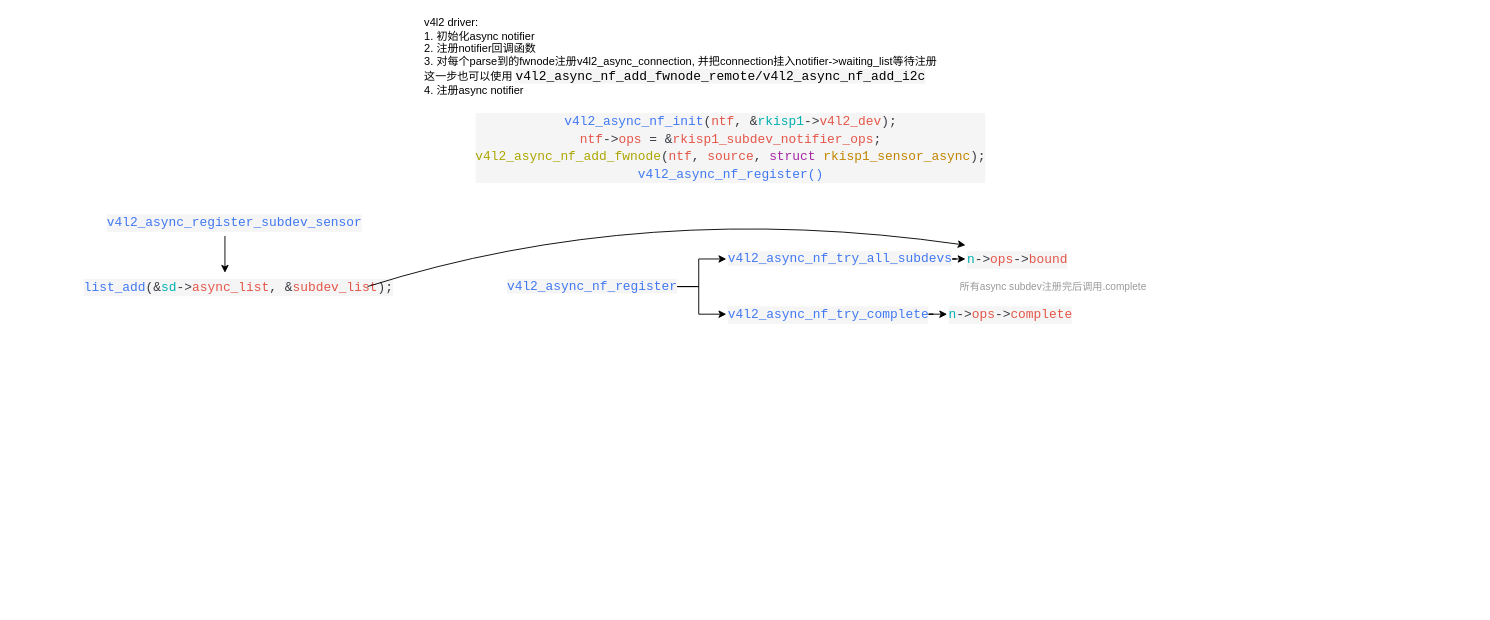
Above: v4l2/v4l2_async.drawio in YC-Xiang/draw.io (draw.io), before the change. Source tidied: cells renumbered, new cells numbered last; positions are measured from the earlier drawing's top-left corner, leaving out a move shared by most shapes. Both pictures are drawn from the tidied source at 92%, with x=0, y=0 at pixel (82, 24).
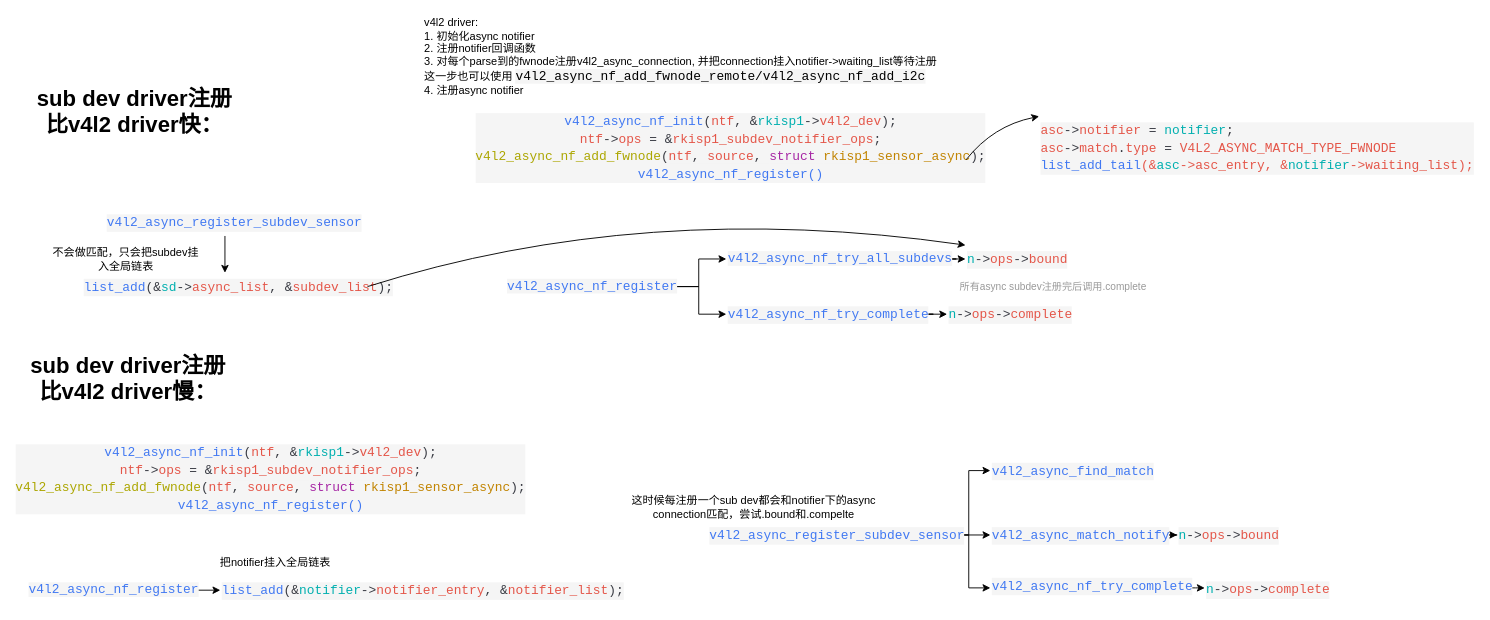
After the change.

The change refers to these unchanged cells:
```xml
<mxCell id="2" value="&lt;div style=&quot;background-color: rgb(245, 245, 245); font-family: Consolas, &amp;quot;Courier New&amp;quot;, monospace; font-weight: normal; font-size: 14px; line-height: 19px; white-space: pre; color: rgb(56, 58, 66);&quot;&gt;&lt;div style=&quot;color: light-dark(rgb(56, 58, 66), rgb(185, 187, 194));&quot;&gt;&lt;span style=&quot;color: rgb(64, 120, 242);&quot;&gt;v4l2_async_nf_init&lt;/span&gt;&lt;span style=&quot;color: rgb(56, 58, 66);&quot;&gt;(&lt;/span&gt;&lt;span style=&quot;color: rgb(228, 86, 73);&quot;&gt;ntf&lt;/span&gt;&lt;span style=&quot;color: rgb(56, 58, 66);&quot;&gt;, &lt;/span&gt;&lt;span style=&quot;color: rgb(56, 58, 66);&quot;&gt;&amp;amp;&lt;/span&gt;&lt;span style=&quot;color: rgb(0, 175, 175);&quot;&gt;rkisp1&lt;/span&gt;&lt;span style=&quot;color: rgb(56, 58, 66);&quot;&gt;-&amp;gt;&lt;/span&gt;&lt;span style=&quot;color: rgb(228, 86, 73);&quot;&gt;v4l2_dev&lt;/span&gt;&lt;span style=&quot;color: rgb(56, 58, 66);&quot;&gt;);&lt;/span&gt;&lt;/div&gt;&lt;div style=&quot;&quot;&gt;&lt;span style=&quot;color: rgb(56, 58, 66);&quot;&gt;&lt;div style=&quot;color: light-dark(rgb(56, 58, 66), rgb(185, 187, 194)); line-height: 19px;&quot;&gt;&lt;span style=&quot;color: rgb(228, 86, 73);&quot;&gt;ntf&lt;/span&gt;-&amp;gt;&lt;span style=&quot;color: rgb(228, 86, 73);&quot;&gt;ops&lt;/span&gt; = &amp;amp;&lt;span style=&quot;color: rgb(228, 86, 73);&quot;&gt;rkisp1_subdev_notifier_ops&lt;/span&gt;;&lt;/div&gt;&lt;div style=&quot;line-height: 19px;&quot;&gt;&lt;div style=&quot;line-height: 19px;&quot;&gt;&lt;div style=&quot;&quot;&gt;&lt;span style=&quot;color: rgb(172, 166, 0);&quot;&gt;v4l2_async_nf_add_fwnode&lt;/span&gt;&lt;span style=&quot;color: light-dark(rgb(56, 58, 66), rgb(185, 187, 194)); background-color: light-dark(rgb(245, 245, 245), rgb(26, 26, 26));&quot;&gt;(&lt;/span&gt;&lt;span style=&quot;background-color: light-dark(rgb(245, 245, 245), rgb(26, 26, 26)); color: rgb(228, 86, 73);&quot;&gt;ntf&lt;/span&gt;&lt;span style=&quot;color: light-dark(rgb(56, 58, 66), rgb(185, 187, 194)); background-color: light-dark(rgb(245, 245, 245), rgb(26, 26, 26));&quot;&gt;, &lt;/span&gt;&lt;span style=&quot;background-color: light-dark(rgb(245, 245, 245), rgb(26, 26, 26)); color: rgb(228, 86, 73);&quot;&gt;source&lt;/span&gt;&lt;span style=&quot;color: light-dark(rgb(56, 58, 66), rgb(185, 187, 194)); background-color: light-dark(rgb(245, 245, 245), rgb(26, 26, 26));&quot;&gt;, &lt;/span&gt;&lt;span style=&quot;background-color: light-dark(rgb(245, 245, 245), rgb(26, 26, 26)); color: rgb(166, 38, 164);&quot;&gt;struct&lt;/span&gt;&lt;span style=&quot;color: light-dark(rgb(56, 58, 66), rgb(185, 187, 194)); background-color: light-dark(rgb(245, 245, 245), rgb(26, 26, 26));&quot;&gt; &lt;/span&gt;&lt;span style=&quot;background-color: light-dark(rgb(245, 245, 245), rgb(26, 26, 26)); color: rgb(193, 132, 1);&quot;&gt;rkisp1_sensor_async&lt;/span&gt;&lt;span style=&quot;color: light-dark(rgb(56, 58, 66), rgb(185, 187, 194)); background-color: light-dark(rgb(245, 245, 245), rgb(26, 26, 26));&quot;&gt;);&lt;/span&gt;&lt;/div&gt;&lt;/div&gt;&lt;/div&gt;&lt;div style=&quot;color: light-dark(rgb(56, 58, 66), rgb(185, 187, 194)); line-height: 19px;&quot;&gt;&lt;div style=&quot;line-height: 19px;&quot;&gt;&lt;span style=&quot;color: rgb(64, 120, 242);&quot;&gt;v4l2_async_nf_register()&lt;/span&gt;&lt;/div&gt;&lt;/div&gt;&lt;/span&gt;&lt;/div&gt;&lt;/div&gt;" style="text;whiteSpace=wrap;html=1;align=center;" parent="1" vertex="1">
  <mxGeometry x="450" y="90" width="510" height="90" as="geometry" />
</mxCell>
```

The edit, as a diff of the source:
```diff
@@
+    <mxCell id="18" value="&lt;div style=&quot;color: rgb(56, 58, 66); background-color: rgb(245, 245, 245); font-family: Consolas, &amp;quot;Courier New&amp;quot;, monospace; font-weight: normal; font-size: 14px; line-height: 19px; white-space: pre;&quot;&gt;&lt;div&gt;&lt;span style=&quot;color: rgb(228, 86, 73);&quot;&gt;asc&lt;/span&gt;&lt;span style=&quot;color: rgb(56, 58, 66);&quot;&gt;-&amp;gt;&lt;/span&gt;&lt;span style=&quot;color: rgb(228, 86, 73);&quot;&gt;notifier&lt;/span&gt;&lt;span style=&quot;color: rgb(56, 58, 66);&quot;&gt; &lt;/span&gt;&lt;span style=&quot;color: rgb(56, 58, 66);&quot;&gt;=&lt;/span&gt;&lt;span style=&quot;color: rgb(56, 58, 66);&quot;&gt; &lt;/span&gt;&lt;span style=&quot;color: rgb(0, 175, 175);&quot;&gt;notifier&lt;/span&gt;&lt;span style=&quot;color: rgb(56, 58, 66);&quot;&gt;;&lt;/span&gt;&lt;/div&gt;&lt;div&gt;&lt;span style=&quot;color: rgb(228, 86, 73);&quot;&gt;asc&lt;/span&gt;&lt;span style=&quot;color: rgb(56, 58, 66);&quot;&gt;-&amp;gt;&lt;/span&gt;&lt;span style=&quot;color: rgb(228, 86, 73);&quot;&gt;match&lt;/span&gt;&lt;span style=&quot;color: rgb(56, 58, 66);&quot;&gt;.&lt;/span&gt;&lt;span style=&quot;color: rgb(228, 86, 73);&quot;&gt;type&lt;/span&gt;&lt;span style=&quot;color: rgb(56, 58, 66);&quot;&gt; &lt;/span&gt;&lt;span style=&quot;color: rgb(56, 58, 66);&quot;&gt;=&lt;/span&gt;&lt;span style=&quot;color: rgb(56, 58, 66);&quot;&gt; &lt;/span&gt;&lt;span style=&quot;color: rgb(228, 86, 73);&quot;&gt;V4L2_ASYNC_MATCH_TYPE_FWNODE&lt;/span&gt;&lt;/div&gt;&lt;div&gt;&lt;span style=&quot;color: rgb(228, 86, 73);&quot;&gt;&lt;span style=&quot;color: #4078f2;&quot;&gt;list_add_tail&lt;/span&gt;(&amp;amp;&lt;span style=&quot;color: #00afaf;&quot;&gt;asc&lt;/span&gt;-&amp;gt;asc_entry, &amp;amp;&lt;span style=&quot;color: #00afaf;&quot;&gt;notifier&lt;/span&gt;-&amp;gt;waiting_list);&lt;/span&gt;&lt;/div&gt;&lt;/div&gt;" style="text;whiteSpace=wrap;html=1;" parent="1" vertex="1">
+      <mxGeometry x="1040" y="100" width="440" height="70" as="geometry" />
+    </mxCell>
+    <mxCell id="19" style="curved=1;endArrow=classic;html=1;rounded=0;exitX=1.001;exitY=0.636;exitDx=0;exitDy=0;exitPerimeter=0;entryX=0;entryY=0;entryDx=0;entryDy=0;" parent="1" edge="1" source="2" target="18">
+      <mxGeometry relative="1" as="geometry">
+        <Array as="points">
+          <mxPoint x="990" y="110" />
+        </Array>
+      </mxGeometry>
+    </mxCell>
+    <mxCell id="20" value="&lt;h1&gt;sub dev driver注册比v4l2 driver快：&lt;/h1&gt;" style="text;html=1;align=center;verticalAlign=middle;whiteSpace=wrap;rounded=0;" parent="1" vertex="1">
+      <mxGeometry x="-53" y="80" width="220" height="30" as="geometry" />
+    </mxCell>
+    <mxCell id="21" value="&lt;h1&gt;sub dev driver注册比v4l2 driver慢：&lt;/h1&gt;" style="text;html=1;align=center;verticalAlign=middle;whiteSpace=wrap;rounded=0;" parent="1" vertex="1">
+      <mxGeometry x="-60" y="370" width="220" height="30" as="geometry" />
+    </mxCell>
+    <mxCell id="22" value="&lt;div style=&quot;background-color: rgb(245, 245, 245); font-family: Consolas, &amp;quot;Courier New&amp;quot;, monospace; font-weight: normal; font-size: 14px; line-height: 19px; white-space: pre; color: rgb(56, 58, 66);&quot;&gt;&lt;div style=&quot;color: light-dark(rgb(56, 58, 66), rgb(185, 187, 194));&quot;&gt;&lt;span style=&quot;color: rgb(64, 120, 242);&quot;&gt;v4l2_async_nf_init&lt;/span&gt;&lt;span style=&quot;color: rgb(56, 58, 66);&quot;&gt;(&lt;/span&gt;&lt;span style=&quot;color: rgb(228, 86, 73);&quot;&gt;ntf&lt;/span&gt;&lt;span style=&quot;color: rgb(56, 58, 66);&quot;&gt;, &lt;/span&gt;&lt;span style=&quot;color: rgb(56, 58, 66);&quot;&gt;&amp;amp;&lt;/span&gt;&lt;span style=&quot;color: rgb(0, 175, 175);&quot;&gt;rkisp1&lt;/span&gt;&lt;span style=&quot;color: rgb(56, 58, 66);&quot;&gt;-&amp;gt;&lt;/span&gt;&lt;span style=&quot;color: rgb(228, 86, 73);&quot;&gt;v4l2_dev&lt;/span&gt;&lt;span style=&quot;color: rgb(56, 58, 66);&quot;&gt;);&lt;/span&gt;&lt;/div&gt;&lt;div style=&quot;&quot;&gt;&lt;span style=&quot;color: rgb(56, 58, 66);&quot;&gt;&lt;div style=&quot;color: light-dark(rgb(56, 58, 66), rgb(185, 187, 194)); line-height: 19px;&quot;&gt;&lt;span style=&quot;color: rgb(228, 86, 73);&quot;&gt;ntf&lt;/span&gt;-&amp;gt;&lt;span style=&quot;color: rgb(228, 86, 73);&quot;&gt;ops&lt;/span&gt; = &amp;amp;&lt;span style=&quot;color: rgb(228, 86, 73);&quot;&gt;rkisp1_subdev_notifier_ops&lt;/span&gt;;&lt;/div&gt;&lt;div style=&quot;line-height: 19px;&quot;&gt;&lt;div style=&quot;line-height: 19px;&quot;&gt;&lt;div style=&quot;&quot;&gt;&lt;span style=&quot;color: rgb(172, 166, 0);&quot;&gt;v4l2_async_nf_add_fwnode&lt;/span&gt;&lt;span style=&quot;color: light-dark(rgb(56, 58, 66), rgb(185, 187, 194)); background-color: light-dark(rgb(245, 245, 245), rgb(26, 26, 26));&quot;&gt;(&lt;/span&gt;&lt;span style=&quot;background-color: light-dark(rgb(245, 245, 245), rgb(26, 26, 26)); color: rgb(228, 86, 73);&quot;&gt;ntf&lt;/span&gt;&lt;span style=&quot;color: light-dark(rgb(56, 58, 66), rgb(185, 187, 194)); background-color: light-dark(rgb(245, 245, 245), rgb(26, 26, 26));&quot;&gt;, &lt;/span&gt;&lt;span style=&quot;background-color: light-dark(rgb(245, 245, 245), rgb(26, 26, 26)); color: rgb(228, 86, 73);&quot;&gt;source&lt;/span&gt;&lt;span style=&quot;color: light-dark(rgb(56, 58, 66), rgb(185, 187, 194)); background-color: light-dark(rgb(245, 245, 245), rgb(26, 26, 26));&quot;&gt;, &lt;/span&gt;&lt;span style=&quot;background-color: light-dark(rgb(245, 245, 245), rgb(26, 26, 26)); color: rgb(166, 38, 164);&quot;&gt;struct&lt;/span&gt;&lt;span style=&quot;color: light-dark(rgb(56, 58, 66), rgb(185, 187, 194)); background-color: light-dark(rgb(245, 245, 245), rgb(26, 26, 26));&quot;&gt; &lt;/span&gt;&lt;span style=&quot;background-color: light-dark(rgb(245, 245, 245), rgb(26, 26, 26)); color: rgb(193, 132, 1);&quot;&gt;rkisp1_sensor_async&lt;/span&gt;&lt;span style=&quot;color: light-dark(rgb(56, 58, 66), rgb(185, 187, 194)); background-color: light-dark(rgb(245, 245, 245), rgb(26, 26, 26));&quot;&gt;);&lt;/span&gt;&lt;/div&gt;&lt;/div&gt;&lt;/div&gt;&lt;div style=&quot;color: light-dark(rgb(56, 58, 66), rgb(185, 187, 194)); line-height: 19px;&quot;&gt;&lt;div style=&quot;line-height: 19px;&quot;&gt;&lt;span style=&quot;color: rgb(64, 120, 242);&quot;&gt;v4l2_async_nf_register()&lt;/span&gt;&lt;/div&gt;&lt;/div&gt;&lt;/span&gt;&lt;/div&gt;&lt;/div&gt;" style="text;whiteSpace=wrap;html=1;align=center;" parent="1" vertex="1">
+      <mxGeometry x="-50" y="450" width="510" height="90" as="geometry" />
+    </mxCell>
+    <mxCell id="23" style="edgeStyle=orthogonalEdgeStyle;rounded=0;jettySize=auto;html=1;exitX=1;exitY=0.5;exitDx=0;exitDy=0;entryX=0;entryY=0.5;entryDx=0;entryDy=0;" parent="1" edge="1" source="24" target="29">
+      <mxGeometry relative="1" as="geometry" />
+    </mxCell>
+    <mxCell id="24" value="&lt;span style=&quot;color: rgb(64, 120, 242); font-family: Consolas, &amp;quot;Courier New&amp;quot;, monospace; font-size: 14px; font-style: normal; font-variant-ligatures: normal; font-variant-caps: normal; font-weight: 400; letter-spacing: normal; orphans: 2; text-align: center; text-indent: 0px; text-transform: none; widows: 2; word-spacing: 0px; -webkit-text-stroke-width: 0px; white-space: pre; background-color: rgb(245, 245, 245); text-decoration-thickness: initial; text-decoration-style: initial; text-decoration-color: initial; display: inline !important; float: none;&quot;&gt;v4l2_async_nf_register&lt;/span&gt;" style="text;whiteSpace=wrap;html=1;" parent="1" vertex="1">
+      <mxGeometry x="-60" y="600" width="180" height="30" as="geometry" />
+    </mxCell>
+    <mxCell id="25" style="edgeStyle=orthogonalEdgeStyle;rounded=0;jettySize=auto;html=1;exitX=1;exitY=0.5;exitDx=0;exitDy=0;entryX=0;entryY=0.5;entryDx=0;entryDy=0;" parent="1" edge="1" source="28" target="31">
+      <mxGeometry relative="1" as="geometry" />
+    </mxCell>
+    <mxCell id="26" style="edgeStyle=orthogonalEdgeStyle;rounded=0;jettySize=auto;html=1;exitX=1;exitY=0.5;exitDx=0;exitDy=0;entryX=0;entryY=0.5;entryDx=0;entryDy=0;" parent="1" edge="1" source="28" target="33">
+      <mxGeometry relative="1" as="geometry" />
+    </mxCell>
+    <mxCell id="27" style="edgeStyle=orthogonalEdgeStyle;rounded=0;jettySize=auto;html=1;exitX=1;exitY=0.5;exitDx=0;exitDy=0;entryX=0;entryY=0.5;entryDx=0;entryDy=0;" parent="1" edge="1" source="28" target="35">
+      <mxGeometry relative="1" as="geometry" />
+    </mxCell>
+    <mxCell id="28" value="&lt;div style=&quot;color: #383a42;background-color: #f5f5f5;font-family: Consolas, 'Courier New', monospace;font-weight: normal;font-size: 14px;line-height: 19px;white-space: pre;&quot;&gt;&lt;div&gt;&lt;span style=&quot;color: #4078f2;&quot;&gt;v4l2_async_register_subdev_sensor&lt;/span&gt;&lt;/div&gt;&lt;/div&gt;" style="text;whiteSpace=wrap;html=1;" parent="1" vertex="1">
+      <mxGeometry x="680" y="540" width="260" height="30" as="geometry" />
+    </mxCell>
+    <mxCell id="29" value="&lt;div style=&quot;color: #383a42;background-color: #f5f5f5;font-family: Consolas, 'Courier New', monospace;font-weight: normal;font-size: 14px;line-height: 19px;white-space: pre;&quot;&gt;&lt;div&gt;&lt;span style=&quot;color: #4078f2;&quot;&gt;list_add&lt;/span&gt;&lt;span style=&quot;color: #383a42;&quot;&gt;(&lt;/span&gt;&lt;span style=&quot;color: #383a42;&quot;&gt;&amp;amp;&lt;/span&gt;&lt;span style=&quot;color: #00afaf;&quot;&gt;notifier&lt;/span&gt;&lt;span style=&quot;color: #383a42;&quot;&gt;-&amp;gt;&lt;/span&gt;&lt;span style=&quot;color: #e45649;&quot;&gt;notifier_entry&lt;/span&gt;&lt;span style=&quot;color: #383a42;&quot;&gt;, &lt;/span&gt;&lt;span style=&quot;color: #383a42;&quot;&gt;&amp;amp;&lt;/span&gt;&lt;span style=&quot;color: #e45649;&quot;&gt;notifier_list&lt;/span&gt;&lt;span style=&quot;color: #383a42;&quot;&gt;);&lt;/span&gt;&lt;/div&gt;&lt;/div&gt;" style="text;whiteSpace=wrap;html=1;" parent="1" vertex="1">
+      <mxGeometry x="150" y="600" width="410" height="30" as="geometry" />
+    </mxCell>
+    <mxCell id="30" value="把notifier挂入全局链表" style="text;html=1;align=center;verticalAlign=middle;whiteSpace=wrap;rounded=0;" parent="1" vertex="1">
+      <mxGeometry x="140" y="570" width="140" height="30" as="geometry" />
+    </mxCell>
+    <mxCell id="31" value="&lt;div style=&quot;color: #383a42;background-color: #f5f5f5;font-family: Consolas, 'Courier New', monospace;font-weight: normal;font-size: 14px;line-height: 19px;white-space: pre;&quot;&gt;&lt;div&gt;&lt;span style=&quot;color: #4078f2;&quot;&gt;v4l2_async_find_match&lt;/span&gt;&lt;/div&gt;&lt;/div&gt;" style="text;whiteSpace=wrap;html=1;" parent="1" vertex="1">
+      <mxGeometry x="987" y="470" width="173" height="30" as="geometry" />
+    </mxCell>
+    <mxCell id="32" style="edgeStyle=orthogonalEdgeStyle;rounded=0;jettySize=auto;html=1;" parent="1" edge="1" source="33" target="37">
+      <mxGeometry relative="1" as="geometry" />
+    </mxCell>
+    <mxCell id="33" value="&lt;div style=&quot;color: #383a42;background-color: #f5f5f5;font-family: Consolas, 'Courier New', monospace;font-weight: normal;font-size: 14px;line-height: 19px;white-space: pre;&quot;&gt;&lt;div&gt;&lt;span style=&quot;color: #4078f2;&quot;&gt;v4l2_async_match_notify&lt;/span&gt;&lt;/div&gt;&lt;/div&gt;" style="text;whiteSpace=wrap;html=1;" parent="1" vertex="1">
+      <mxGeometry x="987" y="540" width="183" height="30" as="geometry" />
+    </mxCell>
+    <mxCell id="34" style="edgeStyle=orthogonalEdgeStyle;rounded=0;jettySize=auto;html=1;" parent="1" edge="1" source="35" target="38">
+      <mxGeometry relative="1" as="geometry" />
+    </mxCell>
+    <mxCell id="35" value="&lt;div style=&quot;color: #383a42;background-color: #f5f5f5;font-family: Consolas, 'Courier New', monospace;font-weight: normal;font-size: 14px;line-height: 19px;white-space: pre;&quot;&gt;&lt;div&gt;&lt;span style=&quot;color: #4078f2;&quot;&gt;v4l2_async_nf_try_complete&lt;/span&gt;&lt;/div&gt;&lt;/div&gt;" style="text;whiteSpace=wrap;html=1;" parent="1" vertex="1">
+      <mxGeometry x="987" y="595" width="203" height="35" as="geometry" />
+    </mxCell>
+    <mxCell id="36" value="这时候每注册一个sub dev都会和notifier下的async connection匹配，尝试.bound和.compelte" style="text;html=1;align=center;verticalAlign=middle;whiteSpace=wrap;rounded=0;" parent="1" vertex="1">
+      <mxGeometry x="590" y="510" width="280" height="30" as="geometry" />
+    </mxCell>
+    <mxCell id="37" value="&lt;div style=&quot;background-color: rgb(245, 245, 245); font-family: Consolas, &amp;quot;Courier New&amp;quot;, monospace; font-weight: normal; font-size: 14px; line-height: 19px; white-space: pre; color: rgb(56, 58, 66);&quot;&gt;&lt;div style=&quot;&quot;&gt;&lt;span style=&quot;color: rgb(0, 175, 175);&quot;&gt;n&lt;/span&gt;&lt;span style=&quot;color: rgb(56, 58, 66);&quot;&gt;-&amp;gt;&lt;/span&gt;&lt;span style=&quot;color: rgb(228, 86, 73);&quot;&gt;ops&lt;/span&gt;&lt;span style=&quot;color: rgb(56, 58, 66);&quot;&gt;-&amp;gt;&lt;/span&gt;&lt;span style=&quot;color: rgb(56, 58, 66);&quot;&gt;&lt;font color=&quot;#e45649&quot;&gt;bound&lt;/font&gt;&lt;/span&gt;&lt;/div&gt;&lt;/div&gt;" style="text;whiteSpace=wrap;html=1;" parent="1" vertex="1">
+      <mxGeometry x="1190" y="540" width="109" height="30" as="geometry" />
+    </mxCell>
+    <mxCell id="38" value="&lt;div style=&quot;color: #383a42;background-color: #f5f5f5;font-family: Consolas, 'Courier New', monospace;font-weight: normal;font-size: 14px;line-height: 19px;white-space: pre;&quot;&gt;&lt;div&gt;&lt;span style=&quot;color: #00afaf;&quot;&gt;n&lt;/span&gt;&lt;span style=&quot;color: #383a42;&quot;&gt;-&amp;gt;&lt;/span&gt;&lt;span style=&quot;color: #e45649;&quot;&gt;ops&lt;/span&gt;&lt;span style=&quot;color: #383a42;&quot;&gt;-&amp;gt;&lt;/span&gt;&lt;span style=&quot;color: #e45649;&quot;&gt;complete&lt;/span&gt;&lt;/div&gt;&lt;/div&gt;" style="text;whiteSpace=wrap;html=1;" parent="1" vertex="1">
+      <mxGeometry x="1220" y="598.8" width="135" height="27.5" as="geometry" />
+    </mxCell>
+    <mxCell id="39" value="不会做匹配，只会把subdev挂入全局链表" style="text;html=1;align=center;verticalAlign=middle;whiteSpace=wrap;rounded=0;" parent="1" vertex="1">
+      <mxGeometry x="-35" y="240" width="165" height="30" as="geometry" />
+    </mxCell>
```
